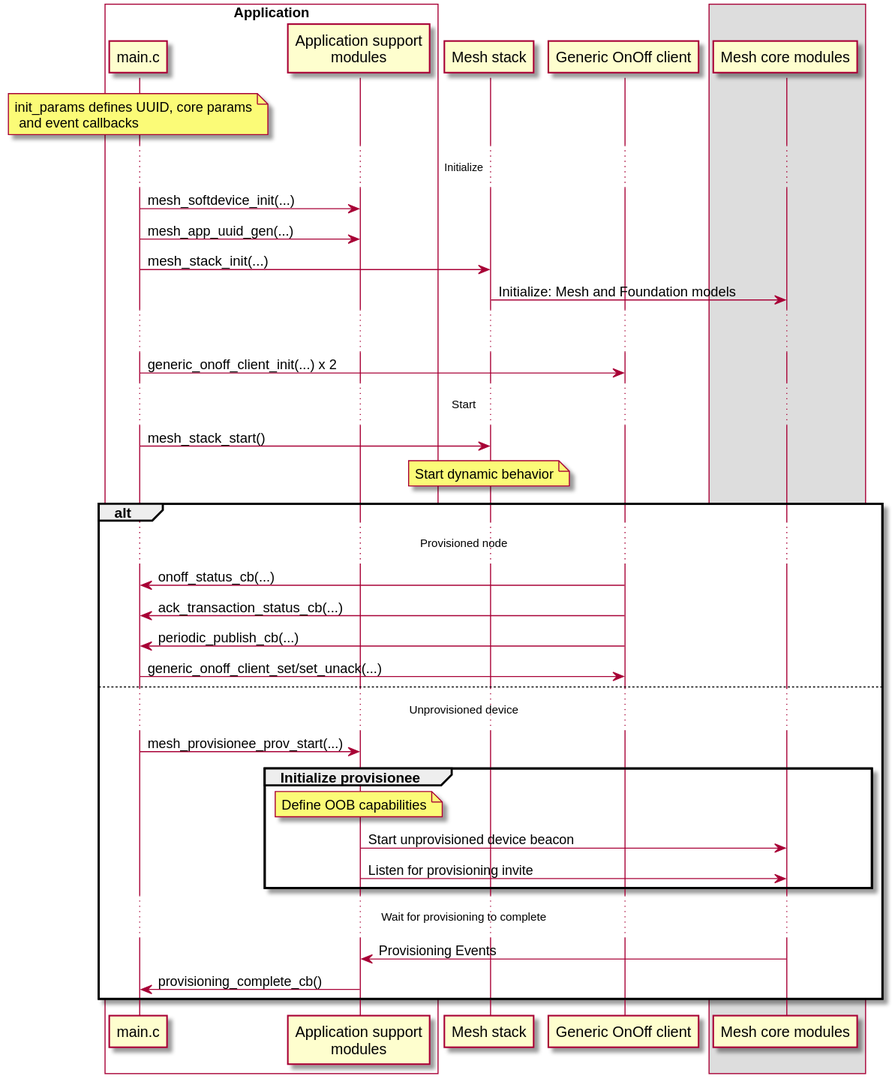
The PlantUML diagram mesh_sdk/doc/getting_started/img/light_switch_client_interface.svg in isundaylee/nRF5, before a commit.
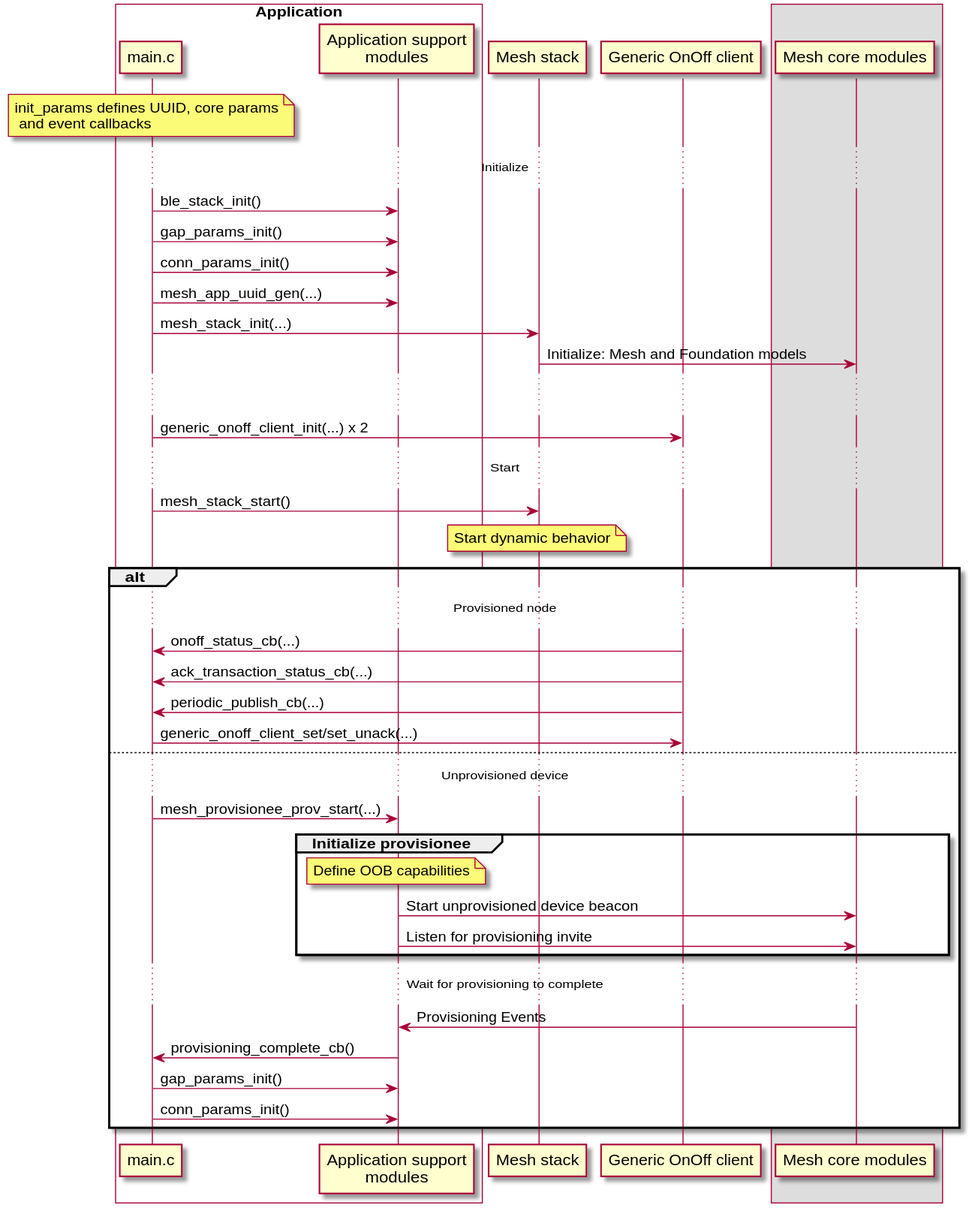
The same diagram one commit later.

Change to the diagram source:
```diff
@@ -12,7 +12,9 @@
 
 note over a: init_params defines UUID, core params\n and event callbacks
 ... Initialize ...
-a -> ah: mesh_softdevice_init(...)
+a -> ah: ble_stack_init()
+a -> ah: gap_params_init()
+a -> ah: conn_params_init()
 a -> ah: mesh_app_uuid_gen(...)
 a -> c: mesh_stack_init(...)
 c -> core: Initialize: Mesh and Foundation models
@@ -40,6 +42,8 @@
     ... Wait for provisioning to complete ...
     core -> ah: Provisioning Events
     ah -> a: provisioning_complete_cb()
+    a -> ah: gap_params_init()
+    a -> ah: conn_params_init()
 end
 
 @enduml
```
